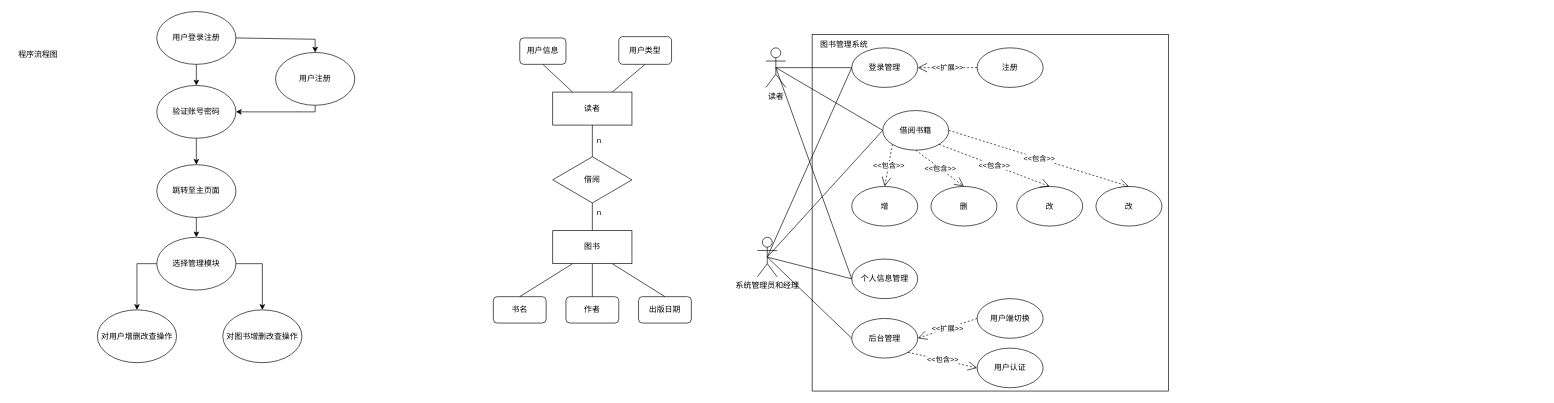
Above: page "第 8 页" (8 of 8) of 未命名绘图.drawio in SET025187/EXERCISE001 (draw.io), before the change. Source tidied: cells renumbered, new cells numbered last; positions are measured from the earlier drawing's top-left corner, leaving out a move shared by most shapes. Both pictures are drawn from the tidied source at 66%, with x=0, y=0 at pixel (11, 11).
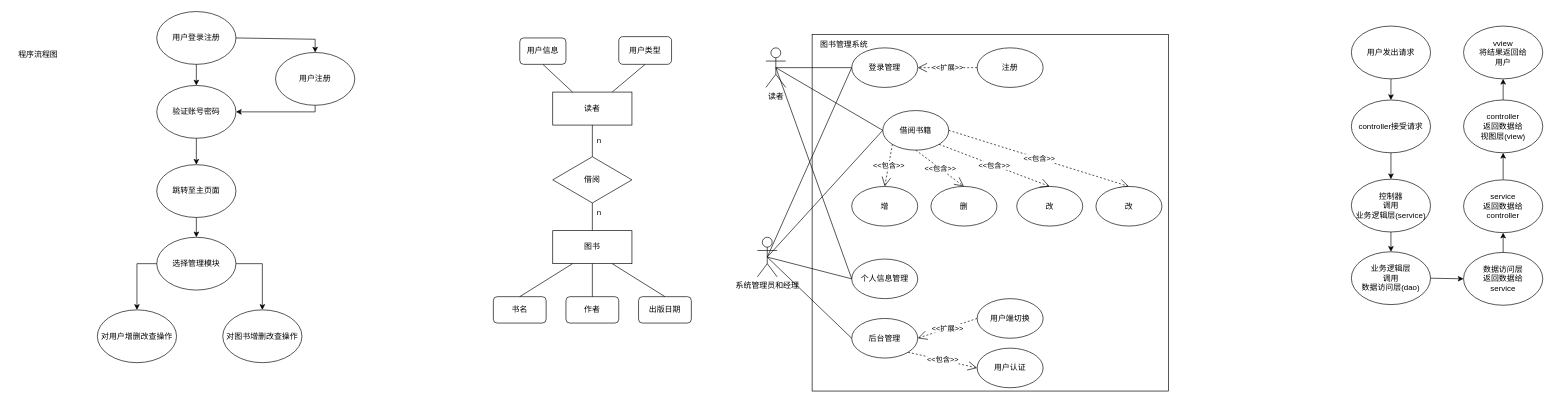
The same diagram, later.

Commit message:
更新未命名绘图.drawio

Change to the diagram source:
```diff
@@
+    <mxCell id="63" value="用户发出请求" style="ellipse;whiteSpace=wrap;html=1;" parent="1" vertex="1">
+      <mxGeometry x="2030" y="22" width="120" height="80" as="geometry" />
+    </mxCell>
+    <mxCell id="64" value="controller接受请求" style="ellipse;whiteSpace=wrap;html=1;" parent="1" vertex="1">
+      <mxGeometry x="2030" y="134" width="120" height="80" as="geometry" />
+    </mxCell>
+    <mxCell id="65" value="控制器&lt;div&gt;调用&lt;div&gt;业务逻辑层(service)&lt;/div&gt;&lt;/div&gt;" style="ellipse;whiteSpace=wrap;html=1;" parent="1" vertex="1">
+      <mxGeometry x="2030" y="254" width="120" height="80" as="geometry" />
+    </mxCell>
+    <mxCell id="66" value="业务逻辑层&lt;div&gt;调用&lt;/div&gt;&lt;div&gt;数据访问层(dao)&lt;/div&gt;" style="ellipse;whiteSpace=wrap;html=1;" parent="1" vertex="1">
+      <mxGeometry x="2030" y="364" width="120" height="80" as="geometry" />
+    </mxCell>
+    <mxCell id="67" value="数据访问层&lt;div&gt;返回数据&lt;span style=&quot;background-color: transparent;&quot;&gt;给&lt;/span&gt;&lt;/div&gt;&lt;div&gt;&lt;span style=&quot;background-color: transparent;&quot;&gt;service&lt;/span&gt;&lt;/div&gt;" style="ellipse;whiteSpace=wrap;html=1;" parent="1" vertex="1">
+      <mxGeometry x="2200" y="365" width="120" height="80" as="geometry" />
+    </mxCell>
+    <mxCell id="68" style="edgeStyle=orthogonalEdgeStyle;rounded=0;jettySize=auto;html=1;exitX=0.5;exitY=0;exitDx=0;exitDy=0;entryX=0.5;entryY=1;entryDx=0;entryDy=0;" parent="1" edge="1" source="69" target="76">
+      <mxGeometry relative="1" as="geometry" />
+    </mxCell>
+    <mxCell id="69" value="service&lt;div&gt;返回数据给&lt;/div&gt;&lt;div&gt;controller&lt;/div&gt;" style="ellipse;whiteSpace=wrap;html=1;" parent="1" vertex="1">
+      <mxGeometry x="2200" y="255" width="120" height="80" as="geometry" />
+    </mxCell>
+    <mxCell id="70" style="endArrow=classic;html=1;rounded=0;exitX=0.5;exitY=1;exitDx=0;exitDy=0;entryX=0.5;entryY=0;entryDx=0;entryDy=0;" parent="1" edge="1" source="65" target="66">
+      <mxGeometry relative="1" as="geometry" />
+    </mxCell>
+    <mxCell id="71" style="endArrow=classic;html=1;rounded=0;exitX=0.5;exitY=1;exitDx=0;exitDy=0;" parent="1" edge="1" source="63" target="64">
+      <mxGeometry relative="1" as="geometry" />
+    </mxCell>
+    <mxCell id="72" style="endArrow=classic;html=1;rounded=0;exitX=0.5;exitY=1;exitDx=0;exitDy=0;entryX=0.5;entryY=0;entryDx=0;entryDy=0;" parent="1" edge="1" source="64" target="65">
+      <mxGeometry relative="1" as="geometry" />
+    </mxCell>
+    <mxCell id="73" style="endArrow=classic;html=1;rounded=0;entryX=0;entryY=0.5;entryDx=0;entryDy=0;exitX=1;exitY=0.5;exitDx=0;exitDy=0;" parent="1" edge="1" source="66" target="67">
+      <mxGeometry relative="1" as="geometry" />
+    </mxCell>
+    <mxCell id="74" style="endArrow=classic;html=1;rounded=0;exitX=0.5;exitY=0;exitDx=0;exitDy=0;" parent="1" edge="1" source="67" target="69">
+      <mxGeometry relative="1" as="geometry" />
+    </mxCell>
+    <mxCell id="75" style="edgeStyle=orthogonalEdgeStyle;rounded=0;jettySize=auto;html=1;exitX=0.5;exitY=0;exitDx=0;exitDy=0;entryX=0.5;entryY=1;entryDx=0;entryDy=0;" parent="1" edge="1" source="76" target="77">
+      <mxGeometry relative="1" as="geometry" />
+    </mxCell>
+    <mxCell id="76" value="controller&lt;div&gt;返回数据给&lt;/div&gt;&lt;div&gt;视图层(view)&lt;/div&gt;" style="ellipse;whiteSpace=wrap;html=1;" parent="1" vertex="1">
+      <mxGeometry x="2200" y="134" width="120" height="80" as="geometry" />
+    </mxCell>
+    <mxCell id="77" value="vview&lt;div&gt;将结果返回给&lt;/div&gt;&lt;div&gt;用户&lt;/div&gt;" style="ellipse;whiteSpace=wrap;html=1;" parent="1" vertex="1">
+      <mxGeometry x="2200" y="22" width="120" height="80" as="geometry" />
+    </mxCell>
```
